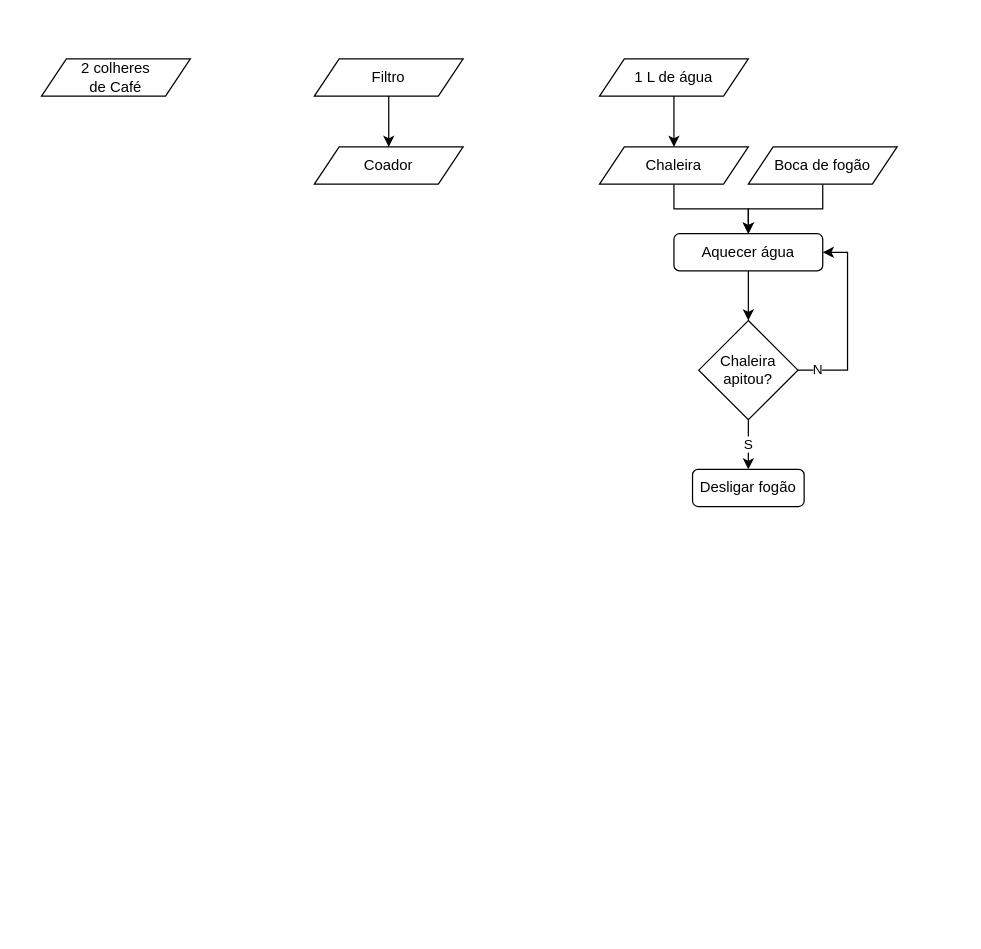
Before: Untitled Diagram.drawio in awrosa/deco-treinamento-fullstack, a draw.io diagram. Source tidied: cells renumbered, new cells numbered last; positions are measured from the earlier drawing's top-left corner, leaving out a move shared by most shapes. Both pictures are drawn from the tidied source at 124%, with x=0, y=0 at pixel (41, 58).
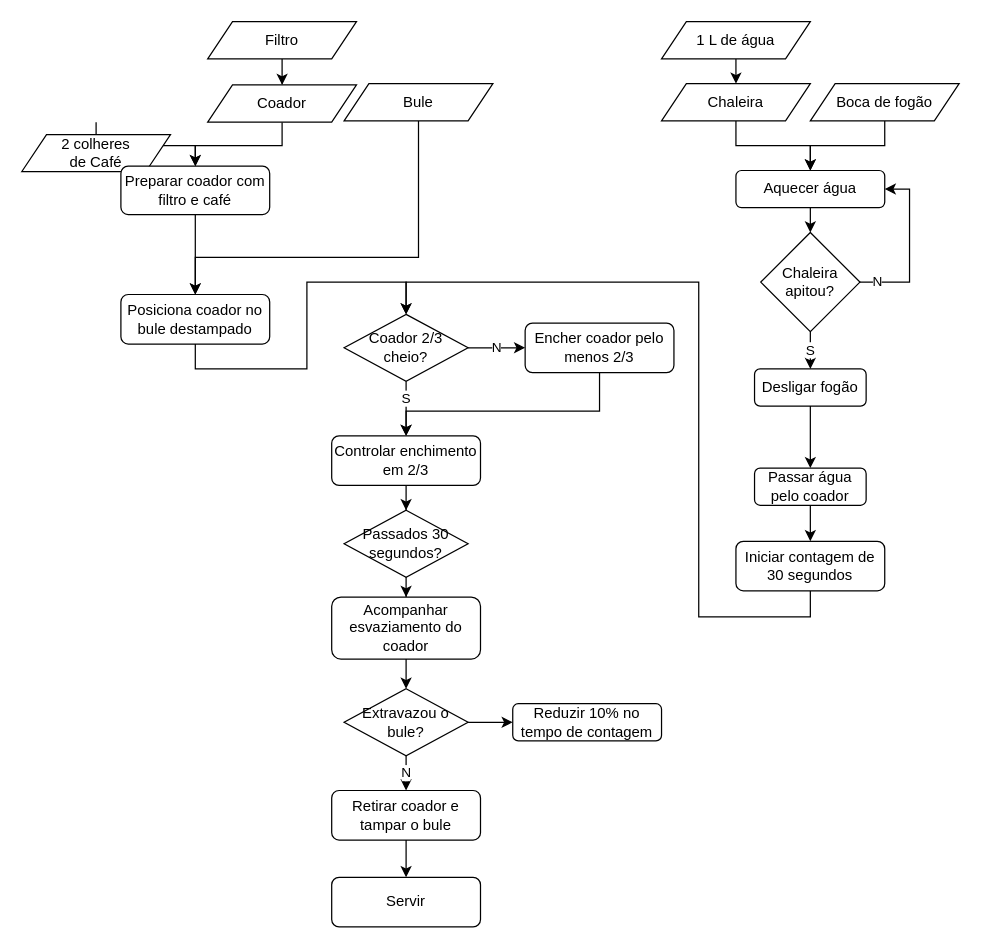
The same page after the edit.

The edit, as a diff of the source:
```diff
@@
+    <mxCell id="18" style="edgeStyle=orthogonalEdgeStyle;rounded=0;jettySize=auto;html=1;" parent="1" edge="1" target="22">
+      <mxGeometry relative="1" as="geometry">
+        <mxPoint x="44" y="51" as="sourcePoint" />
+        <Array as="points">
+          <mxPoint x="44" y="70" />
+          <mxPoint x="124" y="70" />
+        </Array>
+      </mxGeometry>
+    </mxCell>
     <mxCell id="2" value="2 colheres&lt;br&gt;de Café" style="shape=parallelogram;perimeter=parallelogramPerimeter;whiteSpace=wrap;html=1;fixedSize=1;" parent="1" vertex="1">
-      <mxGeometry width="120" height="30" as="geometry" />
+      <mxGeometry x="-16" y="61" width="120" height="30" as="geometry" />
     </mxCell>
@@
     <mxCell id="4" value="1 L de água" style="shape=parallelogram;perimeter=parallelogramPerimeter;whiteSpace=wrap;html=1;fixedSize=1;" parent="1" vertex="1">
-      <mxGeometry x="450" width="120" height="30" as="geometry" />
+      <mxGeometry x="500" y="-30" width="120" height="30" as="geometry" />
     </mxCell>
@@
     <mxCell id="6" value="Chaleira" style="shape=parallelogram;perimeter=parallelogramPerimeter;whiteSpace=wrap;html=1;fixedSize=1;" parent="1" vertex="1">
-      <mxGeometry x="450" y="71" width="120" height="30" as="geometry" />
+      <mxGeometry x="500" y="20" width="120" height="30" as="geometry" />
     </mxCell>
@@
     <mxCell id="8" value="Boca de fogão" style="shape=parallelogram;perimeter=parallelogramPerimeter;whiteSpace=wrap;html=1;fixedSize=1;" parent="1" vertex="1">
-      <mxGeometry x="570" y="71" width="120" height="30" as="geometry" />
+      <mxGeometry x="620" y="20" width="120" height="30" as="geometry" />
     </mxCell>
@@
     <mxCell id="10" value="Aquecer água" style="rounded=1;whiteSpace=wrap;html=1;" parent="1" vertex="1">
-      <mxGeometry x="510" y="141" width="120" height="30" as="geometry" />
+      <mxGeometry x="560" y="90" width="120" height="30" as="geometry" />
     </mxCell>
     <mxCell id="11" value="N" style="edgeStyle=orthogonalEdgeStyle;rounded=0;jettySize=auto;html=1;exitX=1;exitY=0.5;exitDx=0;exitDy=0;entryX=1;entryY=0.5;entryDx=0;entryDy=0;" parent="1" edge="1" source="13" target="10">
       <mxGeometry x="-0.79" relative="1" as="geometry">
         <Array as="points">
-          <mxPoint x="650" y="251" />
-          <mxPoint x="650" y="156" />
+          <mxPoint x="700" y="180" />
+          <mxPoint x="700" y="105" />
         </Array>
       </mxGeometry>
     </mxCell>
@@
     <mxCell id="13" value="Chaleira apitou?" style="rhombus;whiteSpace=wrap;html=1;" parent="1" vertex="1">
-      <mxGeometry x="530" y="211" width="80" height="80" as="geometry" />
+      <mxGeometry x="580" y="140" width="80" height="80" as="geometry" />
     </mxCell>
+    <mxCell id="19" style="edgeStyle=orthogonalEdgeStyle;rounded=0;jettySize=auto;html=1;" parent="1" edge="1" source="14" target="30">
+      <mxGeometry relative="1" as="geometry" />
+    </mxCell>
     <mxCell id="14" value="Desligar fogão" style="rounded=1;whiteSpace=wrap;html=1;" parent="1" vertex="1">
-      <mxGeometry x="525" y="331" width="90" height="30" as="geometry" />
+      <mxGeometry x="575" y="250" width="90" height="30" as="geometry" />
     </mxCell>
+    <mxCell id="20" style="edgeStyle=orthogonalEdgeStyle;rounded=0;jettySize=auto;html=1;" parent="1" edge="1" source="15" target="22">
+      <mxGeometry relative="1" as="geometry">
+        <Array as="points">
+          <mxPoint x="194" y="70" />
+          <mxPoint x="124" y="70" />
+        </Array>
+      </mxGeometry>
+    </mxCell>
     <mxCell id="15" value="Coador" style="shape=parallelogram;perimeter=parallelogramPerimeter;whiteSpace=wrap;html=1;fixedSize=1;" parent="1" vertex="1">
-      <mxGeometry x="220" y="71" width="120" height="30" as="geometry" />
+      <mxGeometry x="134" y="21" width="120" height="30" as="geometry" />
     </mxCell>
@@
     <mxCell id="17" value="Filtro" style="shape=parallelogram;perimeter=parallelogramPerimeter;whiteSpace=wrap;html=1;fixedSize=1;" parent="1" vertex="1">
-      <mxGeometry x="220" width="120" height="30" as="geometry" />
+      <mxGeometry x="134" y="-30" width="120" height="30" as="geometry" />
     </mxCell>
+    <mxCell id="21" style="edgeStyle=orthogonalEdgeStyle;rounded=0;jettySize=auto;html=1;" parent="1" edge="1" source="22" target="24">
+      <mxGeometry relative="1" as="geometry" />
+    </mxCell>
+    <mxCell id="22" value="Preparar coador com filtro e café" style="rounded=1;whiteSpace=wrap;html=1;" parent="1" vertex="1">
+      <mxGeometry x="64" y="86.5" width="120" height="39" as="geometry" />
+    </mxCell>
+    <mxCell id="23" style="edgeStyle=orthogonalEdgeStyle;rounded=0;jettySize=auto;html=1;exitX=0.5;exitY=1;exitDx=0;exitDy=0;entryX=0.5;entryY=0;entryDx=0;entryDy=0;" parent="1" edge="1" source="24" target="33">
+      <mxGeometry relative="1" as="geometry">
+        <Array as="points">
+          <mxPoint x="124" y="250" />
+          <mxPoint x="214" y="250" />
+          <mxPoint x="214" y="180" />
+          <mxPoint x="294" y="180" />
+        </Array>
+      </mxGeometry>
+    </mxCell>
+    <mxCell id="24" value="Posiciona coador no bule destampado" style="rounded=1;whiteSpace=wrap;html=1;" parent="1" vertex="1">
+      <mxGeometry x="64" y="190" width="120" height="40" as="geometry" />
+    </mxCell>
+    <mxCell id="25" style="edgeStyle=orthogonalEdgeStyle;rounded=0;jettySize=auto;html=1;exitX=0.5;exitY=1;exitDx=0;exitDy=0;" parent="1" edge="1" source="26" target="24">
+      <mxGeometry relative="1" as="geometry">
+        <Array as="points">
+          <mxPoint x="304" y="160" />
+          <mxPoint x="124" y="160" />
+        </Array>
+      </mxGeometry>
+    </mxCell>
+    <mxCell id="26" value="Bule" style="shape=parallelogram;perimeter=parallelogramPerimeter;whiteSpace=wrap;html=1;fixedSize=1;" parent="1" vertex="1">
+      <mxGeometry x="244" y="20" width="120" height="30" as="geometry" />
+    </mxCell>
+    <mxCell id="27" style="edgeStyle=orthogonalEdgeStyle;rounded=0;jettySize=auto;html=1;" parent="1" edge="1" source="28" target="39">
+      <mxGeometry relative="1" as="geometry" />
+    </mxCell>
+    <mxCell id="28" value="Controlar enchimento em 2/3" style="rounded=1;whiteSpace=wrap;html=1;" parent="1" vertex="1">
+      <mxGeometry x="234" y="304" width="120" height="40" as="geometry" />
+    </mxCell>
+    <mxCell id="29" style="edgeStyle=orthogonalEdgeStyle;rounded=0;jettySize=auto;html=1;" parent="1" edge="1" source="30" target="35">
+      <mxGeometry relative="1" as="geometry" />
+    </mxCell>
+    <mxCell id="30" value="Passar água pelo coador" style="rounded=1;whiteSpace=wrap;html=1;" parent="1" vertex="1">
+      <mxGeometry x="575" y="330" width="90" height="30" as="geometry" />
+    </mxCell>
+    <mxCell id="31" value="S" style="edgeStyle=orthogonalEdgeStyle;rounded=0;jettySize=auto;html=1;" parent="1" edge="1" source="33" target="28">
+      <mxGeometry x="-0.36" relative="1" as="geometry" />
+    </mxCell>
+    <mxCell id="32" value="N" style="edgeStyle=orthogonalEdgeStyle;rounded=0;jettySize=auto;html=1;" parent="1" edge="1" source="33" target="37">
+      <mxGeometry relative="1" as="geometry" />
+    </mxCell>
+    <mxCell id="33" value="Coador 2/3 cheio?" style="rhombus;whiteSpace=wrap;html=1;" parent="1" vertex="1">
+      <mxGeometry x="244" y="206" width="100" height="54" as="geometry" />
+    </mxCell>
+    <mxCell id="34" style="edgeStyle=orthogonalEdgeStyle;rounded=0;jettySize=auto;html=1;" parent="1" edge="1" source="35" target="33">
+      <mxGeometry relative="1" as="geometry">
+        <Array as="points">
+          <mxPoint x="620" y="450" />
+          <mxPoint x="530" y="450" />
+          <mxPoint x="530" y="180" />
+          <mxPoint x="294" y="180" />
+        </Array>
+      </mxGeometry>
+    </mxCell>
+    <mxCell id="35" value="Iniciar contagem de 30 segundos" style="rounded=1;whiteSpace=wrap;html=1;" parent="1" vertex="1">
+      <mxGeometry x="560" y="389" width="120" height="40" as="geometry" />
+    </mxCell>
+    <mxCell id="36" style="edgeStyle=orthogonalEdgeStyle;rounded=0;jettySize=auto;html=1;exitX=0.5;exitY=1;exitDx=0;exitDy=0;entryX=0.5;entryY=0;entryDx=0;entryDy=0;" parent="1" edge="1" source="37" target="28">
+      <mxGeometry relative="1" as="geometry">
+        <Array as="points">
+          <mxPoint x="450" y="284" />
+          <mxPoint x="294" y="284" />
+        </Array>
+      </mxGeometry>
+    </mxCell>
+    <mxCell id="37" value="Encher coador pelo menos 2/3" style="rounded=1;whiteSpace=wrap;html=1;" parent="1" vertex="1">
+      <mxGeometry x="390" y="213" width="120" height="40" as="geometry" />
+    </mxCell>
+    <mxCell id="38" style="edgeStyle=orthogonalEdgeStyle;rounded=0;jettySize=auto;html=1;" parent="1" edge="1" source="39" target="41">
+      <mxGeometry relative="1" as="geometry" />
+    </mxCell>
+    <mxCell id="39" value="Passados 30 segundos?" style="rhombus;whiteSpace=wrap;html=1;" parent="1" vertex="1">
+      <mxGeometry x="244" y="364" width="100" height="54" as="geometry" />
+    </mxCell>
+    <mxCell id="40" style="edgeStyle=orthogonalEdgeStyle;rounded=0;jettySize=auto;html=1;" parent="1" edge="1" source="41" target="44">
+      <mxGeometry relative="1" as="geometry" />
+    </mxCell>
+    <mxCell id="41" value="Acompanhar esvaziamento do coador" style="rounded=1;whiteSpace=wrap;html=1;" parent="1" vertex="1">
+      <mxGeometry x="234" y="434" width="120" height="50" as="geometry" />
+    </mxCell>
+    <mxCell id="42" value="N" style="edgeStyle=orthogonalEdgeStyle;rounded=0;jettySize=auto;html=1;" parent="1" edge="1" source="44" target="46">
+      <mxGeometry relative="1" as="geometry" />
+    </mxCell>
+    <mxCell id="43" style="edgeStyle=orthogonalEdgeStyle;rounded=0;jettySize=auto;html=1;" parent="1" edge="1" source="44" target="48">
+      <mxGeometry relative="1" as="geometry" />
+    </mxCell>
+    <mxCell id="44" value="Extravazou o bule?" style="rhombus;whiteSpace=wrap;html=1;" parent="1" vertex="1">
+      <mxGeometry x="244" y="508" width="100" height="54" as="geometry" />
+    </mxCell>
+    <mxCell id="45" style="edgeStyle=orthogonalEdgeStyle;rounded=0;jettySize=auto;html=1;" parent="1" edge="1" source="46" target="47">
+      <mxGeometry relative="1" as="geometry" />
+    </mxCell>
+    <mxCell id="46" value="Retirar coador e tampar o bule" style="rounded=1;whiteSpace=wrap;html=1;" parent="1" vertex="1">
+      <mxGeometry x="234" y="590" width="120" height="40" as="geometry" />
+    </mxCell>
+    <mxCell id="47" value="Servir" style="rounded=1;whiteSpace=wrap;html=1;" parent="1" vertex="1">
+      <mxGeometry x="234" y="660" width="120" height="40" as="geometry" />
+    </mxCell>
+    <mxCell id="48" value="Reduzir 10% no tempo de contagem" style="rounded=1;whiteSpace=wrap;html=1;" parent="1" vertex="1">
+      <mxGeometry x="380" y="520" width="120" height="30" as="geometry" />
+    </mxCell>
```
